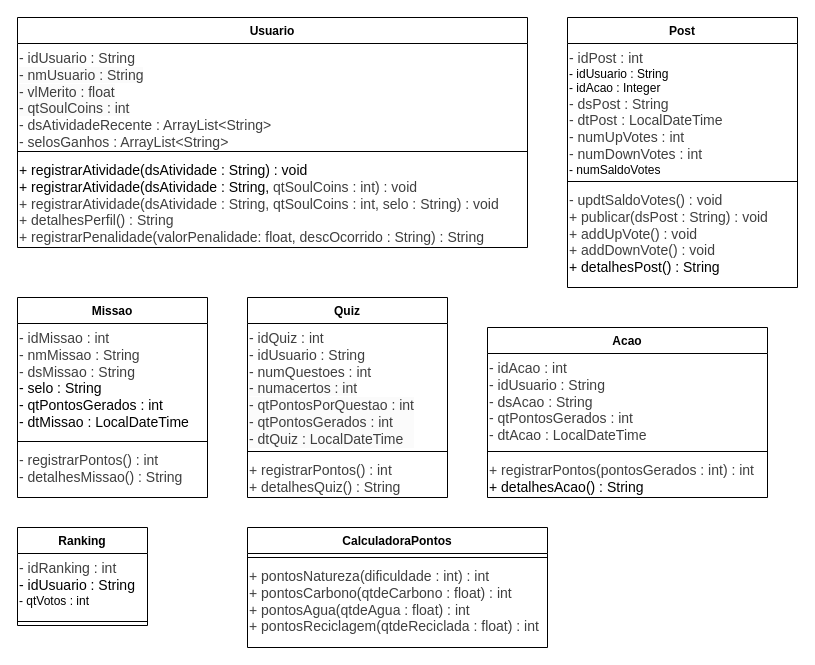
Above: diagrams/diagrama-classes.drawio in SolConTech/ecoscore-java-db (draw.io), before the change. Source tidied: cells renumbered, new cells numbered last; positions are measured from the earlier drawing's top-left corner, leaving out a move shared by most shapes. Both pictures are drawn from the tidied source at 100%, with x=0, y=0 at pixel (17, 17).
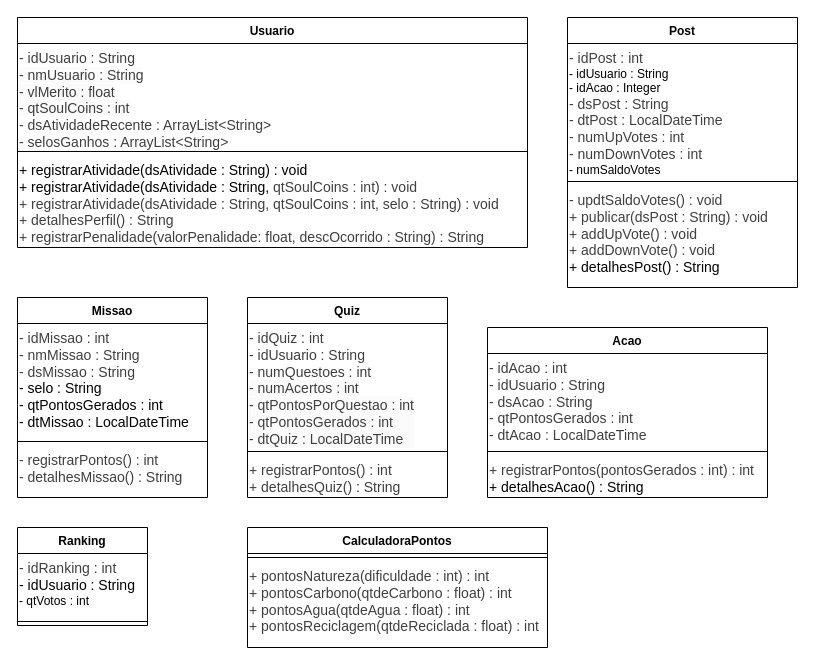
Above is the later version.

Commit message:
fix: Pequeno erro em atributo da classe Quiz resolvido.

Um "A" estava como "a"

Unchanged cells that the change refers to:
```xml
<mxCell id="24" value="Quiz" style="swimlane;fontStyle=1;align=center;verticalAlign=top;horizontal=1;startSize=26;whiteSpace=wrap;html=1;" parent="1" vertex="1">
  <mxGeometry x="230" y="280" width="200" height="200" as="geometry" />
</mxCell>
```

The edit, as a diff of the source:
```diff
@@
-    <mxCell id="25" value="&lt;div&gt;&lt;font color=&quot;#000000&quot;&gt;&lt;span style=&quot;font-size: 14px; color: rgb(63, 63, 63);&quot;&gt;- idQuiz : int&lt;/span&gt;&lt;/font&gt;&lt;/div&gt;&lt;div&gt;&lt;font color=&quot;#000000&quot;&gt;&lt;span style=&quot;font-size: 14px; color: rgb(63, 63, 63);&quot;&gt;- idUsuario : String&lt;/span&gt;&lt;/font&gt;&lt;/div&gt;&lt;div&gt;&lt;font color=&quot;#000000&quot;&gt;&lt;span style=&quot;font-size: 14px; color: rgb(63, 63, 63);&quot;&gt;- numQuestoes : int&lt;/span&gt;&lt;/font&gt;&lt;/div&gt;&lt;div&gt;&lt;span style=&quot;background-color: light-dark(rgb(251, 251, 251), rgb(21, 21, 21)); color: rgb(63, 63, 63); font-size: 14px;&quot;&gt;- numacertos : int&lt;/span&gt;&lt;/div&gt;&lt;div style=&quot;scrollbar-color: rgb(226, 226, 226) rgb(251, 251, 251); background-color: rgb(251, 251, 251); color: rgb(63, 63, 63);&quot;&gt;&lt;span style=&quot;color: rgb(63, 63, 63); scrollbar-color: rgb(226, 226, 226) rgb(251, 251, 251); font-size: 14px;&quot;&gt;- qtPontosPorQuestao : int&lt;/span&gt;&lt;/div&gt;&lt;div style=&quot;scrollbar-color: rgb(226, 226, 226) rgb(251, 251, 251); background-color: rgb(251, 251, 251); color: rgb(63, 63, 63);&quot;&gt;&lt;span style=&quot;color: rgb(63, 63, 63); scrollbar-color: rgb(226, 226, 226) rgb(251, 251, 251); font-size: 14px;&quot;&gt;- qtPontosGerados : int&lt;/span&gt;&lt;/div&gt;&lt;div style=&quot;scrollbar-color: rgb(226, 226, 226) rgb(251, 251, 251); background-color: rgb(251, 251, 251); color: rgb(63, 63, 63);&quot;&gt;&lt;span style=&quot;color: rgb(63, 63, 63); scrollbar-color: rgb(226, 226, 226) rgb(251, 251, 251); font-size: 14px;&quot;&gt;- dtQuiz : LocalDateTime&lt;/span&gt;&lt;/div&gt;" style="text;whiteSpace=wrap;html=1;" parent="24" vertex="1">
+    <mxCell id="25" value="&lt;div&gt;&lt;font color=&quot;#000000&quot;&gt;&lt;span style=&quot;font-size: 14px; color: rgb(63, 63, 63);&quot;&gt;- idQuiz : int&lt;/span&gt;&lt;/font&gt;&lt;/div&gt;&lt;div&gt;&lt;font color=&quot;#000000&quot;&gt;&lt;span style=&quot;font-size: 14px; color: rgb(63, 63, 63);&quot;&gt;- idUsuario : String&lt;/span&gt;&lt;/font&gt;&lt;/div&gt;&lt;div&gt;&lt;font color=&quot;#000000&quot;&gt;&lt;span style=&quot;font-size: 14px; color: rgb(63, 63, 63);&quot;&gt;- numQuestoes : int&lt;/span&gt;&lt;/font&gt;&lt;/div&gt;&lt;div&gt;&lt;span style=&quot;background-color: light-dark(rgb(251, 251, 251), rgb(21, 21, 21)); color: rgb(63, 63, 63); font-size: 14px;&quot;&gt;- numAcertos : int&lt;/span&gt;&lt;/div&gt;&lt;div style=&quot;scrollbar-color: rgb(226, 226, 226) rgb(251, 251, 251); background-color: rgb(251, 251, 251); color: rgb(63, 63, 63);&quot;&gt;&lt;span style=&quot;color: rgb(63, 63, 63); scrollbar-color: rgb(226, 226, 226) rgb(251, 251, 251); font-size: 14px;&quot;&gt;- qtPontosPorQuestao : int&lt;/span&gt;&lt;/div&gt;&lt;div style=&quot;scrollbar-color: rgb(226, 226, 226) rgb(251, 251, 251); background-color: rgb(251, 251, 251); color: rgb(63, 63, 63);&quot;&gt;&lt;span style=&quot;color: rgb(63, 63, 63); scrollbar-color: rgb(226, 226, 226) rgb(251, 251, 251); font-size: 14px;&quot;&gt;- qtPontosGerados : int&lt;/span&gt;&lt;/div&gt;&lt;div style=&quot;scrollbar-color: rgb(226, 226, 226) rgb(251, 251, 251); background-color: rgb(251, 251, 251); color: rgb(63, 63, 63);&quot;&gt;&lt;span style=&quot;color: rgb(63, 63, 63); scrollbar-color: rgb(226, 226, 226) rgb(251, 251, 251); font-size: 14px;&quot;&gt;- dtQuiz : LocalDateTime&lt;/span&gt;&lt;/div&gt;" style="text;whiteSpace=wrap;html=1;" parent="24" vertex="1">
       <mxGeometry y="26" width="200" height="124" as="geometry" />
     </mxCell>
```
